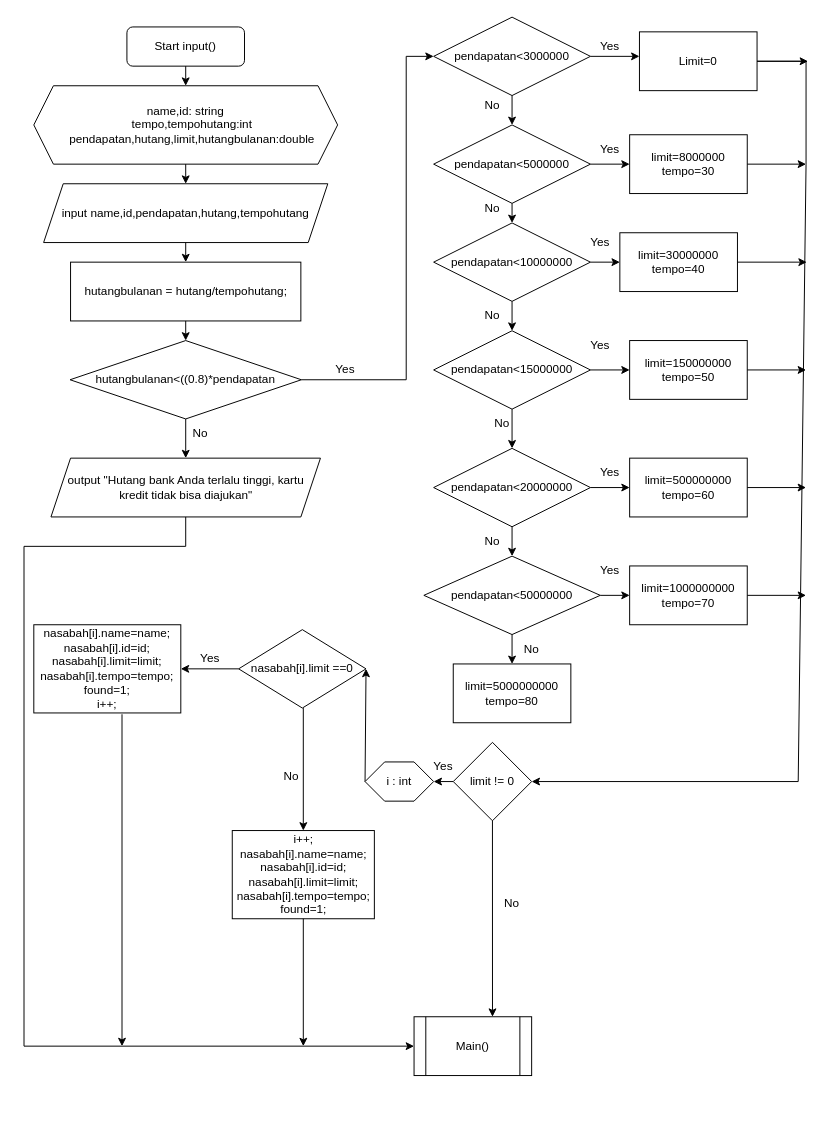
Above: Untitled Diagram.drawio in Dzikrimaulanaunsk87/flowchart (draw.io), before the change. Source tidied: cells renumbered, new cells numbered last; positions are measured from the earlier drawing's top-left corner, leaving out a move shared by most shapes. Both pictures are drawn from the tidied source at 98%, with x=0, y=0 at pixel (24, 17).
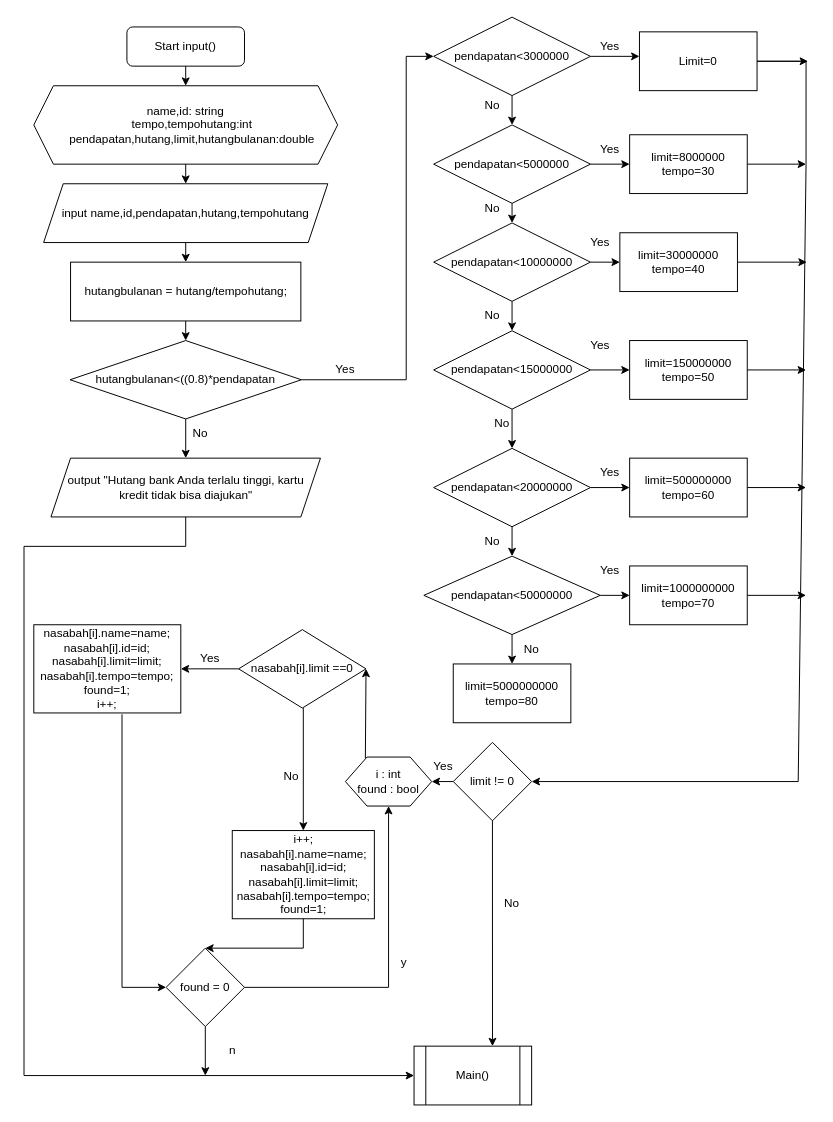
Above is the later version.

Unchanged cells that the change refers to:
```xml
<mxCell id="12" value="output &quot;Hutang bank Anda terlalu tinggi, kartu kredit tidak bisa diajukan&quot;" style="shape=parallelogram;perimeter=parallelogramPerimeter;whiteSpace=wrap;html=1;fixedSize=1;" parent="1" vertex="1">
  <mxGeometry x="27.5" y="450" width="275" height="60" as="geometry" />
</mxCell>
<mxCell id="64" value="nasabah[i].limit ==0" style="rhombus;whiteSpace=wrap;html=1;" parent="1" vertex="1">
  <mxGeometry x="219" y="625" width="130" height="80" as="geometry" />
</mxCell>
<mxCell id="65" value="&lt;div&gt;nasabah[i].name=name;&lt;/div&gt;&lt;div&gt;nasabah[i].id=id;&lt;/div&gt;&lt;div&gt;nasabah[i].limit=limit;&lt;/div&gt;&lt;div&gt;nasabah[i].tempo=tempo;&lt;/div&gt;&lt;div&gt;found=1;&lt;/div&gt;&lt;div&gt;i++;&lt;/div&gt;" style="rounded=0;whiteSpace=wrap;html=1;" parent="1" vertex="1">
  <mxGeometry x="10" y="620" width="150" height="90" as="geometry" />
</mxCell>
<mxCell id="66" value="&lt;div&gt;i++;&lt;/div&gt;&lt;div&gt;nasabah[i].name=name;&lt;/div&gt;&lt;div&gt;nasabah[i].id=id;&lt;/div&gt;&lt;div&gt;nasabah[i].limit=limit;&lt;/div&gt;&lt;div&gt;nasabah[i].tempo=tempo;&lt;/div&gt;&lt;div&gt;found=1;&lt;/div&gt;" style="rounded=0;whiteSpace=wrap;html=1;" parent="1" vertex="1">
  <mxGeometry x="212.5" y="830" width="145" height="90" as="geometry" />
</mxCell>
```

Diff of the diagram source:
```diff
@@
     <mxCell id="13" style="endArrow=classic;html=1;rounded=0;exitX=0.5;exitY=1;exitDx=0;exitDy=0;entryX=0;entryY=0.5;entryDx=0;entryDy=0;" parent="1" edge="1" source="12" target="72">
       <mxGeometry relative="1" as="geometry">
         <Array as="points">
           <mxPoint x="165" y="540" />
           <mxPoint y="540" />
-          <mxPoint y="1050" />
+          <mxPoint y="1080" />
         </Array>
       </mxGeometry>
     </mxCell>
@@
-    <mxCell id="61" value="i : int" style="shape=hexagon;perimeter=hexagonPerimeter2;whiteSpace=wrap;html=1;fixedSize=1;" parent="1" vertex="1">
-      <mxGeometry x="348" y="760" width="70" height="40" as="geometry" />
+    <mxCell id="61" value="i : int&lt;br&gt;found : bool" style="shape=hexagon;perimeter=hexagonPerimeter2;whiteSpace=wrap;html=1;fixedSize=1;size=22;" parent="1" vertex="1">
+      <mxGeometry x="328" y="755" width="88" height="50" as="geometry" />
     </mxCell>
@@
-    <mxCell id="71" style="endArrow=classic;html=1;rounded=0;exitX=0;exitY=0.5;exitDx=0;exitDy=0;entryX=1;entryY=0.5;entryDx=0;entryDy=0;" parent="1" edge="1" source="61" target="64">
+    <mxCell id="71" style="endArrow=classic;html=1;rounded=0;exitX=0.231;exitY=0.026;exitDx=0;exitDy=0;entryX=1;entryY=0.5;entryDx=0;entryDy=0;exitPerimeter=0;" parent="1" edge="1" source="61" target="64">
       <mxGeometry relative="1" as="geometry" />
     </mxCell>
     <mxCell id="72" value="Main()" style="shape=process;whiteSpace=wrap;html=1;backgroundOutline=1;" parent="1" vertex="1">
-      <mxGeometry x="398" y="1020" width="120" height="60" as="geometry" />
+      <mxGeometry x="398" y="1050" width="120" height="60" as="geometry" />
     </mxCell>
@@
-    <mxCell id="76" style="endArrow=classic;html=1;rounded=0;exitX=0.6;exitY=1.015;exitDx=0;exitDy=0;exitPerimeter=0;" parent="1" edge="1" source="65">
+    <mxCell id="76" style="endArrow=classic;html=1;rounded=0;exitX=0.6;exitY=1.015;exitDx=0;exitDy=0;exitPerimeter=0;entryX=0;entryY=0.5;entryDx=0;entryDy=0;" parent="1" edge="1" source="65" target="78">
       <mxGeometry relative="1" as="geometry">
-        <mxPoint x="100" y="1050" as="targetPoint" />
+        <Array as="points">
+          <mxPoint x="100" y="990" />
+        </Array>
       </mxGeometry>
     </mxCell>
-    <mxCell id="77" style="endArrow=classic;html=1;rounded=0;exitX=0.5;exitY=1;exitDx=0;exitDy=0;" parent="1" edge="1" source="66">
+    <mxCell id="77" style="endArrow=classic;html=1;rounded=0;exitX=0.5;exitY=1;exitDx=0;exitDy=0;entryX=0.5;entryY=0;entryDx=0;entryDy=0;" parent="1" edge="1" source="66" target="78">
       <mxGeometry relative="1" as="geometry">
-        <mxPoint x="285" y="1050" as="targetPoint" />
+        <Array as="points">
+          <mxPoint x="285" y="950" />
+        </Array>
       </mxGeometry>
     </mxCell>
+    <mxCell id="78" value="found = 0" style="rhombus;whiteSpace=wrap;html=1;" parent="1" vertex="1">
+      <mxGeometry x="145" y="950" width="80" height="80" as="geometry" />
+    </mxCell>
+    <mxCell id="79" style="endArrow=classic;html=1;rounded=0;exitX=1;exitY=0.5;exitDx=0;exitDy=0;entryX=0.5;entryY=1;entryDx=0;entryDy=0;" parent="1" edge="1" source="78" target="61">
+      <mxGeometry relative="1" as="geometry">
+        <Array as="points">
+          <mxPoint x="372" y="990" />
+        </Array>
+      </mxGeometry>
+    </mxCell>
+    <mxCell id="80" value="y" style="text;html=1;strokeColor=none;fillColor=none;align=center;verticalAlign=middle;whiteSpace=wrap;rounded=0;" parent="1" vertex="1">
+      <mxGeometry x="358" y="950" width="60" height="30" as="geometry" />
+    </mxCell>
+    <mxCell id="81" style="endArrow=classic;html=1;rounded=0;exitX=0.5;exitY=1;exitDx=0;exitDy=0;" parent="1" edge="1" source="78">
+      <mxGeometry relative="1" as="geometry">
+        <mxPoint x="185" y="1080" as="targetPoint" />
+      </mxGeometry>
+    </mxCell>
+    <mxCell id="82" value="n" style="text;html=1;strokeColor=none;fillColor=none;align=center;verticalAlign=middle;whiteSpace=wrap;rounded=0;" parent="1" vertex="1">
+      <mxGeometry x="182.5" y="1040" width="60" height="30" as="geometry" />
+    </mxCell>
```
